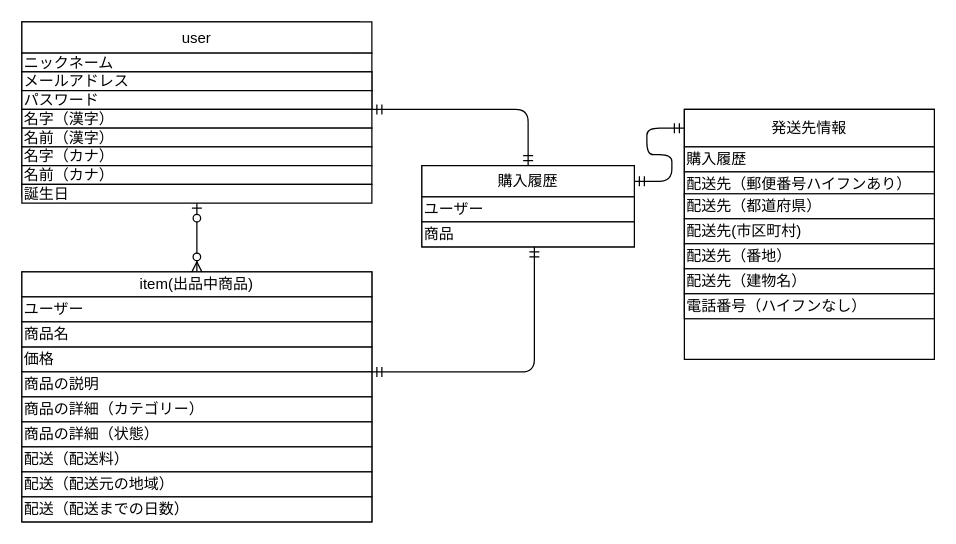
Earlier version of the draw.io diagram page "ページ1" (1 of 2) of .dio (mattsu111/furima-40820). Source tidied: cells renumbered, new cells numbered last; positions are measured from the earlier drawing's top-left corner, leaving out a move shared by most shapes. Both pictures are drawn from the tidied source at 125%, with x=0, y=0 at pixel (21, 21).
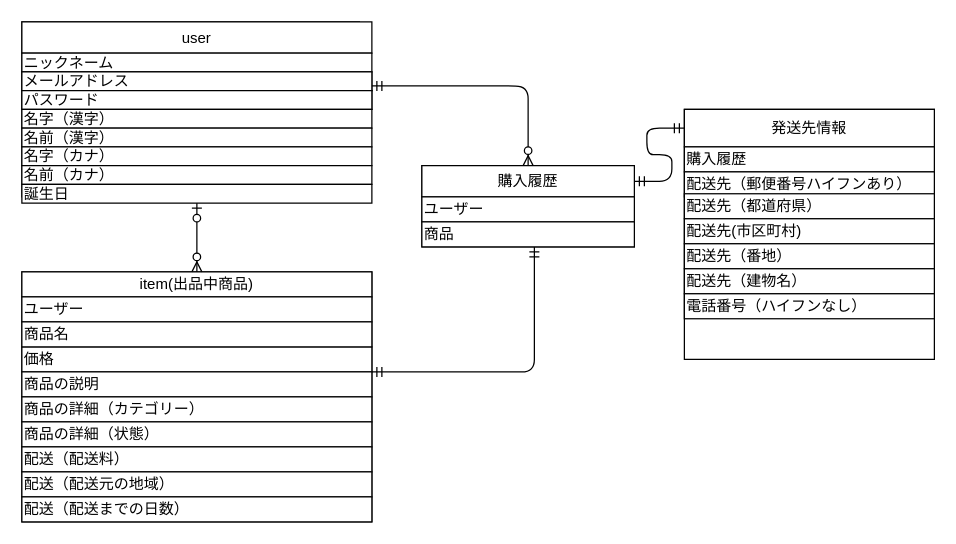
The same page after the edit.

The change refers to these unchanged cells:
```xml
<mxCell id="7" value="メールアドレス" style="rounded=0;whiteSpace=wrap;html=1;align=left;" parent="1" vertex="1">
  <mxGeometry y="40" width="280" height="15" as="geometry" />
</mxCell>
<mxCell id="9" value="パスワード" style="rounded=0;whiteSpace=wrap;html=1;align=left;" parent="1" vertex="1">
  <mxGeometry y="55" width="280" height="15" as="geometry" />
</mxCell>
<mxCell id="28" value="購入履歴" style="rounded=0;whiteSpace=wrap;html=1;" parent="1" vertex="1">
  <mxGeometry x="320" y="115" width="170" height="25" as="geometry" />
</mxCell>
```

What changed in the source:
```diff
@@
-    <mxCell id="31" style="edgeStyle=orthogonalEdgeStyle;fontSize=12;html=1;endArrow=ERmandOne;startArrow=ERmandOne;entryX=0.5;entryY=0;entryDx=0;entryDy=0;exitX=1;exitY=1;exitDx=0;exitDy=0;" parent="1" edge="1" source="9" target="28">
-      <mxGeometry relative="1" as="geometry">
-        <Array as="points">
-          <mxPoint x="405" y="70" />
-        </Array>
-      </mxGeometry>
-    </mxCell>
@@
+    <mxCell id="43" style="edgeStyle=orthogonalEdgeStyle;fontSize=12;html=1;endArrow=ERzeroToMany;startArrow=ERmandOne;exitX=1;exitY=0.75;exitDx=0;exitDy=0;entryX=0.5;entryY=0;entryDx=0;entryDy=0;" parent="1" edge="1" source="7" target="28">
+      <mxGeometry relative="1" as="geometry" />
+    </mxCell>
```
